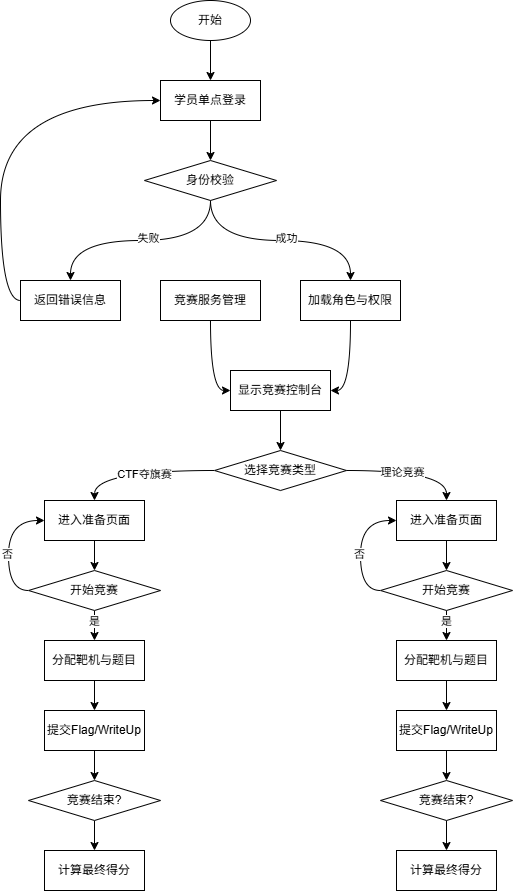
Before: 竞赛一体化平台系统信息流程图.png, a diagram exported from draw.io (BlueTeethAC/drowIOWarehouse). Source tidied: cells renumbered, new cells last; positions are measured from the earlier drawing's top-left corner, leaving out a move shared by most shapes.
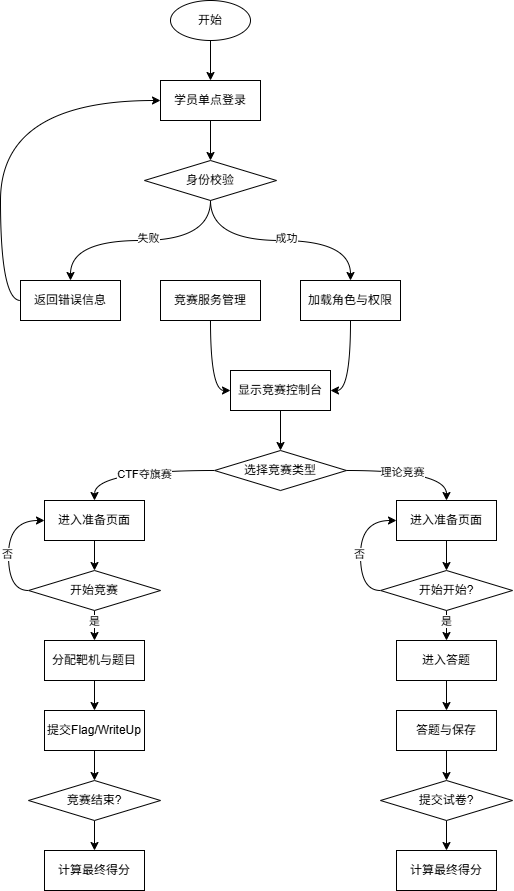
Later version of the same file.

Commit message:
更新竞赛一体化平台系统信息流程图.png

Diff of the diagram source:
```diff
@@ -128,25 +128,25 @@
     <mxCell id="43" value="否" style="edgeLabel;html=1;align=center;verticalAlign=middle;" parent="42" vertex="1">
       <mxGeometry x="-0.11" y="1" relative="1" as="geometry" />
     </mxCell>
-    <mxCell id="44" value="开始竞赛" style="rhombus;whiteSpace=wrap;html=1;" parent="1" vertex="1">
+    <mxCell id="44" value="开始开始?" style="rhombus;whiteSpace=wrap;html=1;" parent="1" vertex="1">
       <mxGeometry x="360" y="570" width="132" height="40" as="geometry" />
     </mxCell>
     <mxCell id="45" style="edgeStyle=orthogonalEdgeStyle;curved=1;rounded=0;jettySize=auto;html=1;exitX=0.5;exitY=1;exitDx=0;exitDy=0;" parent="1" edge="1" source="46" target="48">
       <mxGeometry relative="1" as="geometry" />
     </mxCell>
-    <mxCell id="46" value="分配靶机与题目" style="rounded=0;whiteSpace=wrap;html=1;" parent="1" vertex="1">
+    <mxCell id="46" value="进入答题" style="rounded=0;whiteSpace=wrap;html=1;" parent="1" vertex="1">
       <mxGeometry x="376" y="640" width="100" height="40" as="geometry" />
     </mxCell>
     <mxCell id="47" style="edgeStyle=orthogonalEdgeStyle;curved=1;rounded=0;jettySize=auto;html=1;exitX=0.5;exitY=1;exitDx=0;exitDy=0;entryX=0.5;entryY=0;entryDx=0;entryDy=0;" parent="1" edge="1" source="48" target="50">
       <mxGeometry relative="1" as="geometry" />
     </mxCell>
-    <mxCell id="48" value="提交Flag/WriteUp" style="rounded=0;whiteSpace=wrap;html=1;" parent="1" vertex="1">
+    <mxCell id="48" value="答题与保存" style="rounded=0;whiteSpace=wrap;html=1;" parent="1" vertex="1">
       <mxGeometry x="376" y="710" width="100" height="40" as="geometry" />
     </mxCell>
     <mxCell id="49" style="edgeStyle=orthogonalEdgeStyle;curved=1;rounded=0;jettySize=auto;html=1;exitX=0.5;exitY=1;exitDx=0;exitDy=0;entryX=0.5;entryY=0;entryDx=0;entryDy=0;" parent="1" edge="1" source="50" target="51">
       <mxGeometry relative="1" as="geometry" />
     </mxCell>
-    <mxCell id="50" value="竞赛结束?" style="rhombus;whiteSpace=wrap;html=1;" parent="1" vertex="1">
+    <mxCell id="50" value="提交试卷?" style="rhombus;whiteSpace=wrap;html=1;" parent="1" vertex="1">
       <mxGeometry x="360" y="780" width="132" height="40" as="geometry" />
     </mxCell>
     <mxCell id="51" value="计算最终得分" style="rounded=0;whiteSpace=wrap;html=1;" parent="1" vertex="1">
```
